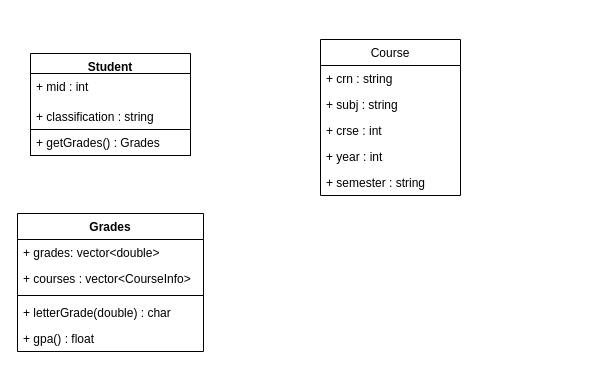
This is Assignments/A06/a06.drawio from angel-badillo-hernandez/2143-OOP-Badillo, a draw.io file, before an edit. Source tidied: cells renumbered, new cells numbered last; positions are measured from the earlier drawing's top-left corner, leaving out a move shared by most shapes. Both pictures are drawn from the tidied source at 100%, with x=0, y=0 at pixel (17, 39).
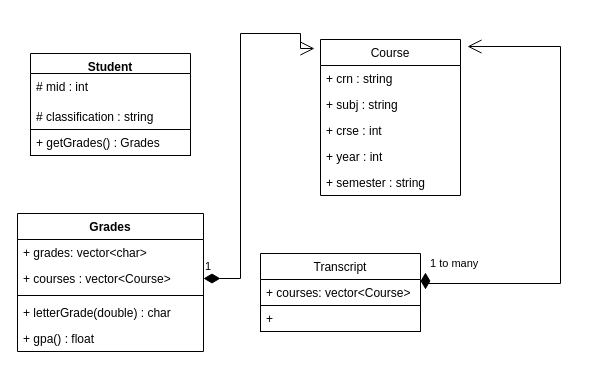
The same page after the edit.

Unchanged cells that the change refers to:
```xml
<mxCell id="2" value="Student" style="swimlane;fontStyle=1;align=center;verticalAlign=top;horizontal=1;startSize=20;" parent="1" vertex="1">
  <mxGeometry x="13" y="14" width="160" height="102" as="geometry" />
</mxCell>
<mxCell id="6" value="Grades" style="swimlane;fontStyle=1;align=center;verticalAlign=top;horizontal=1;startSize=26;" parent="1" vertex="1">
  <mxGeometry y="174" width="186" height="138" as="geometry" />
</mxCell>
<mxCell id="12" value="Course" style="swimlane;fontStyle=0;horizontal=1;startSize=26;fillColor=none;" parent="1" vertex="1">
  <mxGeometry x="303" width="140" height="156" as="geometry" />
</mxCell>
```

Diff of the diagram source:
```diff
@@
-    <mxCell id="3" value="+ mid : int" style="text;strokeColor=none;fillColor=none;align=left;verticalAlign=top;spacingLeft=4;spacingRight=4;overflow=hidden;" parent="2" vertex="1">
+    <mxCell id="3" value="# mid : int" style="text;strokeColor=none;fillColor=none;align=left;verticalAlign=top;spacingLeft=4;spacingRight=4;overflow=hidden;" parent="2" vertex="1">
       <mxGeometry y="20" width="160" height="30" as="geometry" />
     </mxCell>
-    <mxCell id="4" value="+ classification : string" style="text;strokeColor=none;fillColor=none;align=left;verticalAlign=top;spacingLeft=4;spacingRight=4;overflow=hidden;" parent="2" vertex="1">
+    <mxCell id="4" value="# classification : string" style="text;strokeColor=none;fillColor=none;align=left;verticalAlign=top;spacingLeft=4;spacingRight=4;overflow=hidden;" parent="2" vertex="1">
       <mxGeometry y="50" width="160" height="26" as="geometry" />
     </mxCell>
@@
-    <mxCell id="7" value="+ grades: vector&lt;double&gt;" style="text;strokeColor=none;fillColor=none;align=left;verticalAlign=top;spacingLeft=4;spacingRight=4;overflow=hidden;" parent="6" vertex="1">
+    <mxCell id="7" value="+ grades: vector&lt;char&gt;" style="text;strokeColor=none;fillColor=none;align=left;verticalAlign=top;spacingLeft=4;spacingRight=4;overflow=hidden;" parent="6" vertex="1">
       <mxGeometry y="26" width="186" height="26" as="geometry" />
     </mxCell>
-    <mxCell id="8" value="+ courses : vector&lt;CourseInfo&gt;" style="text;strokeColor=none;fillColor=none;align=left;verticalAlign=top;spacingLeft=4;spacingRight=4;overflow=hidden;points=[[0,0.5],[1,0.5]];portConstraint=eastwest;" parent="6" vertex="1">
+    <mxCell id="8" value="+ courses : vector&lt;Course&gt;" style="text;strokeColor=none;fillColor=none;align=left;verticalAlign=top;spacingLeft=4;spacingRight=4;overflow=hidden;points=[[0,0.5],[1,0.5]];portConstraint=eastwest;" parent="6" vertex="1">
       <mxGeometry y="52" width="186" height="26" as="geometry" />
     </mxCell>
@@
+    <mxCell id="18" value="Transcript" style="swimlane;fontStyle=0;horizontal=1;startSize=26;fillColor=none;" parent="1" vertex="1">
+      <mxGeometry x="243" y="214" width="160" height="78" as="geometry" />
+    </mxCell>
+    <mxCell id="19" value="+ courses: vector&lt;Course&gt;" style="text;strokeColor=none;fillColor=none;align=left;verticalAlign=top;spacingLeft=4;spacingRight=4;overflow=hidden;points=[[0,0.5],[1,0.5]];portConstraint=eastwest;" parent="18" vertex="1">
+      <mxGeometry y="26" width="160" height="26" as="geometry" />
+    </mxCell>
+    <mxCell id="20" value="+" style="text;strokeColor=black;fillColor=none;align=left;verticalAlign=top;spacingLeft=4;spacingRight=4;overflow=hidden;" parent="18" vertex="1">
+      <mxGeometry y="52" width="160" height="26" as="geometry" />
+    </mxCell>
+    <mxCell id="21" value="1" style="endArrow=open;html=1;endSize=12;startArrow=diamondThin;startSize=14;startFill=1;edgeStyle=orthogonalEdgeStyle;align=left;verticalAlign=bottom;rounded=0;exitX=1;exitY=0.5;exitDx=0;exitDy=0;entryX=-0.043;entryY=0.058;entryDx=0;entryDy=0;entryPerimeter=0;" parent="1" edge="1" source="8" target="12">
+      <mxGeometry x="-1" y="3" relative="1" as="geometry">
+        <Array as="points">
+          <mxPoint x="223" y="239" />
+          <mxPoint x="223" y="-6" />
+          <mxPoint x="283" y="-6" />
+          <mxPoint x="283" y="9" />
+        </Array>
+      </mxGeometry>
+    </mxCell>
+    <mxCell id="22" value="1 to many" style="endArrow=open;html=1;endSize=12;startArrow=diamondThin;startSize=14;startFill=1;edgeStyle=orthogonalEdgeStyle;align=left;verticalAlign=bottom;rounded=0;entryX=1.05;entryY=0.045;entryDx=0;entryDy=0;entryPerimeter=0;exitX=1.031;exitY=-0.269;exitDx=0;exitDy=0;exitPerimeter=0;" parent="1" edge="1" source="19" target="12">
+      <mxGeometry x="-1" y="3" relative="1" as="geometry">
+        <Array as="points">
+          <mxPoint x="408" y="244" />
+          <mxPoint x="543" y="244" />
+          <mxPoint x="543" y="7" />
+        </Array>
+      </mxGeometry>
+    </mxCell>
```
